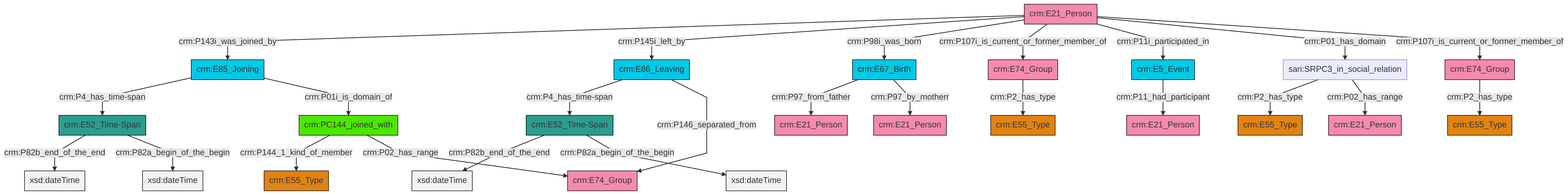
Above: et/personCSV/ttl/mmd/png/Person_Actor_Relations.png in swiss-art-research-net/docs.swissartresearch (Mermaid), before the change. Its source is kept beside it as et/personCSV/ttl/mmd/Person_Actor_Relations.ttl.mmd.
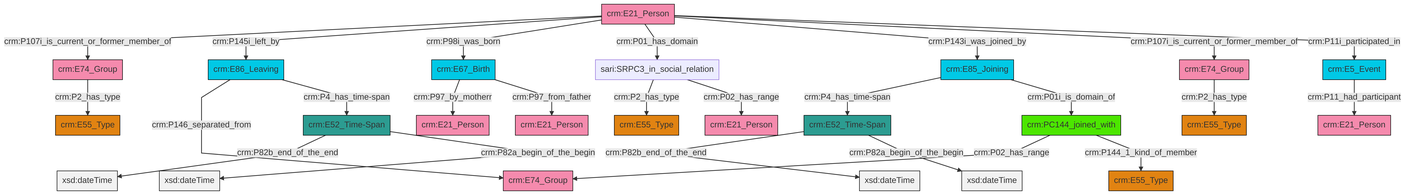
The same file after the commit.

Diff of the diagram source:
```diff
@@ -13,27 +13,27 @@
 classDef PC_Classes fill:#4ce600, stroke:#000000;
 classDef Multi fill:#cccccc,stroke:#000000;
 
-4["crm:E86_Leaving"]:::Temporal_Entity -->|crm:P4_has_time-span| 5["crm:E52_Time-Span"]:::Time-Span
-6["crm:E67_Birth"]:::Temporal_Entity -->|crm:P97_from_father| 7["crm:E21_Person"]:::Actor
-2["crm:E21_Person"]:::Actor -->|crm:P143i_was_joined_by| 8["crm:E85_Joining"]:::Temporal_Entity
-11["crm:E52_Time-Span"]:::Time-Span -->|crm:P82b_end_of_the_end| 12[xsd:dateTime]:::Literal
-8["crm:E85_Joining"]:::Temporal_Entity -->|crm:P4_has_time-span| 11["crm:E52_Time-Span"]:::Time-Span
-11["crm:E52_Time-Span"]:::Time-Span -->|crm:P82a_begin_of_the_begin| 23[xsd:dateTime]:::Literal
-24["crm:E74_Group"]:::Actor -->|crm:P2_has_type| 21["crm:E55_Type"]:::Type
-5["crm:E52_Time-Span"]:::Time-Span -->|crm:P82b_end_of_the_end| 27[xsd:dateTime]:::Literal
-19["crm:E74_Group"]:::Actor -->|crm:P2_has_type| 0["crm:E55_Type"]:::Type
-2["crm:E21_Person"]:::Actor -->|crm:P145i_left_by| 4["crm:E86_Leaving"]:::Temporal_Entity
-2["crm:E21_Person"]:::Actor -->|crm:P98i_was_born| 6["crm:E67_Birth"]:::Temporal_Entity
-5["crm:E52_Time-Span"]:::Time-Span -->|crm:P82a_begin_of_the_begin| 32[xsd:dateTime]:::Literal
-30["crm:PC144_joined_with"]:::PC_Classes -->|crm:P144_1_kind_of_member| 34["crm:E55_Type"]:::Type
-2["crm:E21_Person"]:::Actor -->|crm:P107i_is_current_or_former_member_of| 24["crm:E74_Group"]:::Actor
-2["crm:E21_Person"]:::Actor -->|crm:P11i_participated_in| 13["crm:E5_Event"]:::Temporal_Entity
-30["crm:PC144_joined_with"]:::PC_Classes -->|crm:P02_has_range| 28["crm:E74_Group"]:::Actor
-35["sari:SRPC3_in_social_relation"]:::Default -->|crm:P2_has_type| 36["crm:E55_Type"]:::Type
-2["crm:E21_Person"]:::Actor -->|crm:P01_has_domain| 35["sari:SRPC3_in_social_relation"]:::Default
-2["crm:E21_Person"]:::Actor -->|crm:P107i_is_current_or_former_member_of| 19["crm:E74_Group"]:::Actor
-8["crm:E85_Joining"]:::Temporal_Entity -->|crm:P01i_is_domain_of| 30["crm:PC144_joined_with"]:::PC_Classes
-4["crm:E86_Leaving"]:::Temporal_Entity -->|crm:P146_separated_from| 28["crm:E74_Group"]:::Actor
-6["crm:E67_Birth"]:::Temporal_Entity -->|crm:P97_by_motherr| 9["crm:E21_Person"]:::Actor
-13["crm:E5_Event"]:::Temporal_Entity -->|crm:P11_had_participant| 16["crm:E21_Person"]:::Actor
-35["sari:SRPC3_in_social_relation"]:::Default -->|crm:P02_has_range| 25["crm:E21_Person"]:::Actor
+2["crm:E21_Person"]:::Actor -->|crm:P107i_is_current_or_former_member_of| 3["crm:E74_Group"]:::Actor
+4["crm:E5_Event"]:::Temporal_Entity -->|crm:P11_had_participant| 5["crm:E21_Person"]:::Actor
+2["crm:E21_Person"]:::Actor -->|crm:P145i_left_by| 6["crm:E86_Leaving"]:::Temporal_Entity
+9["crm:E52_Time-Span"]:::Time-Span -->|crm:P82b_end_of_the_end| 10[xsd:dateTime]:::Literal
+11["crm:E85_Joining"]:::Temporal_Entity -->|crm:P4_has_time-span| 9["crm:E52_Time-Span"]:::Time-Span
+6["crm:E86_Leaving"]:::Temporal_Entity -->|crm:P146_separated_from| 12["crm:E74_Group"]:::Actor
+7["sari:SRPC3_in_social_relation"]:::Default -->|crm:P2_has_type| 13["crm:E55_Type"]:::Type
+18["crm:E67_Birth"]:::Temporal_Entity -->|crm:P97_by_motherr| 19["crm:E21_Person"]:::Actor
+20["crm:PC144_joined_with"]:::PC_Classes -->|crm:P02_has_range| 12["crm:E74_Group"]:::Actor
+7["sari:SRPC3_in_social_relation"]:::Default -->|crm:P02_has_range| 22["crm:E21_Person"]:::Actor
+0["crm:E52_Time-Span"]:::Time-Span -->|crm:P82b_end_of_the_end| 24[xsd:dateTime]:::Literal
+6["crm:E86_Leaving"]:::Temporal_Entity -->|crm:P4_has_time-span| 0["crm:E52_Time-Span"]:::Time-Span
+0["crm:E52_Time-Span"]:::Time-Span -->|crm:P82a_begin_of_the_begin| 30[xsd:dateTime]:::Literal
+16["crm:E74_Group"]:::Actor -->|crm:P2_has_type| 14["crm:E55_Type"]:::Type
+9["crm:E52_Time-Span"]:::Time-Span -->|crm:P82a_begin_of_the_begin| 31[xsd:dateTime]:::Literal
+18["crm:E67_Birth"]:::Temporal_Entity -->|crm:P97_from_father| 32["crm:E21_Person"]:::Actor
+2["crm:E21_Person"]:::Actor -->|crm:P98i_was_born| 18["crm:E67_Birth"]:::Temporal_Entity
+2["crm:E21_Person"]:::Actor -->|crm:P01_has_domain| 7["sari:SRPC3_in_social_relation"]:::Default
+20["crm:PC144_joined_with"]:::PC_Classes -->|crm:P144_1_kind_of_member| 28["crm:E55_Type"]:::Type
+11["crm:E85_Joining"]:::Temporal_Entity -->|crm:P01i_is_domain_of| 20["crm:PC144_joined_with"]:::PC_Classes
+3["crm:E74_Group"]:::Actor -->|crm:P2_has_type| 37["crm:E55_Type"]:::Type
+2["crm:E21_Person"]:::Actor -->|crm:P143i_was_joined_by| 11["crm:E85_Joining"]:::Temporal_Entity
+2["crm:E21_Person"]:::Actor -->|crm:P107i_is_current_or_former_member_of| 16["crm:E74_Group"]:::Actor
+2["crm:E21_Person"]:::Actor -->|crm:P11i_participated_in| 4["crm:E5_Event"]:::Temporal_Entity
```
